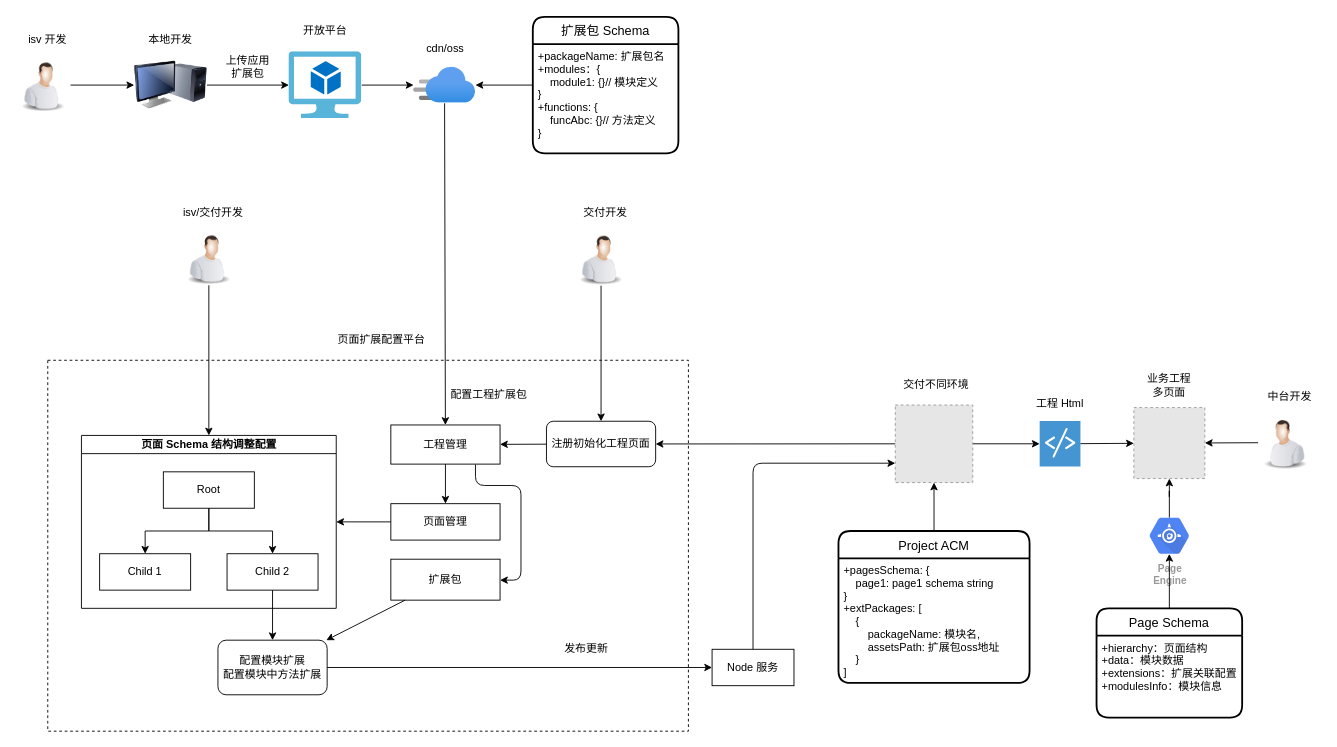
xiazhiqiang/diagrams keeps this draw.io diagram as 架构图.drawio. Above is the earlier version. Source tidied: cells renumbered, new cells numbered last; positions are measured from the earlier drawing's top-left corner, leaving out a move shared by most shapes. Both pictures are drawn from the tidied source at 91%, with x=0, y=0 at pixel (15, 16). Pictures stored in the file or linked from it are replaced by grey dashed boxes.
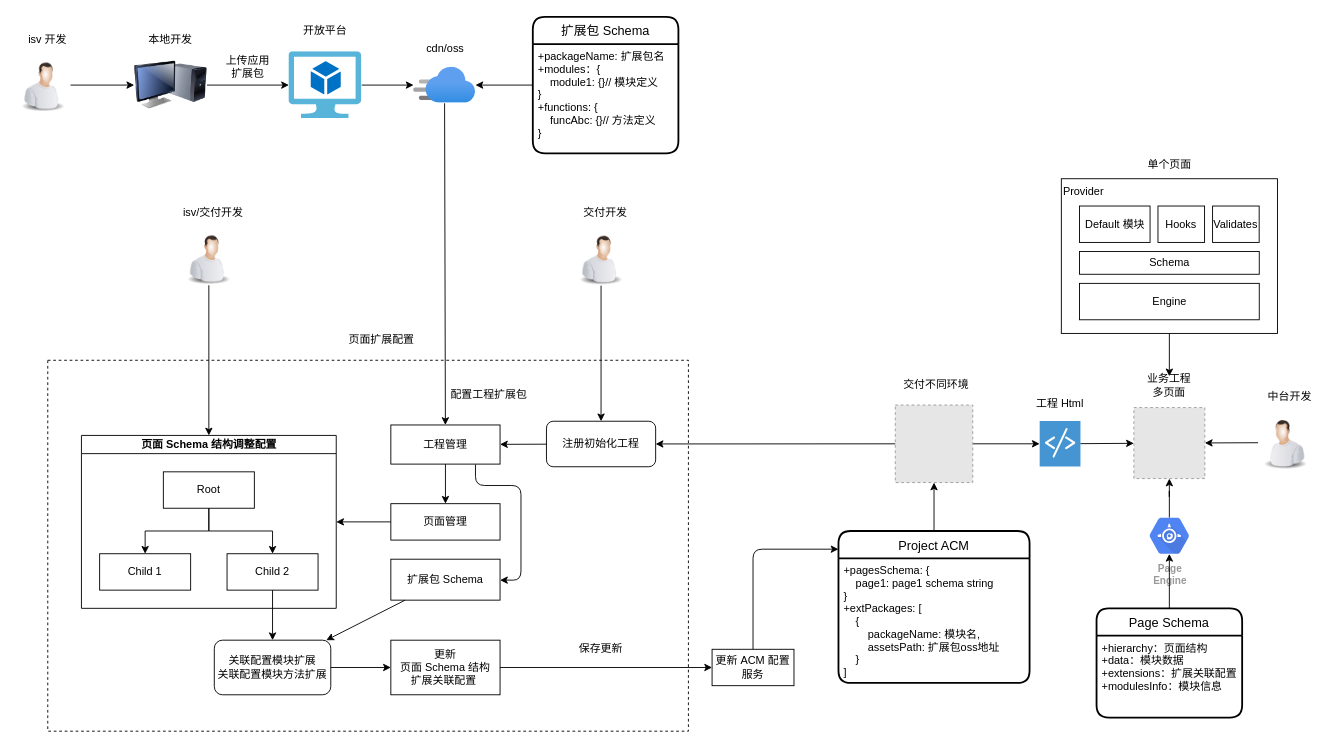
Above is the later version.

Commit message (it also covers changes not shown here):
更新架构图.drawio

Unchanged cells that the change refers to:
```xml
<mxCell id="26" value="Project ACM" style="swimlane;horizontal=1;startSize=30;rounded=1;fontSize=14;fontStyle=0;strokeWidth=2;shadow=0;dashed=0;align=center;labelBackgroundColor=none;fillColor=#FFFFFF;" parent="1" vertex="1">
  <mxGeometry x="903.9" y="565" width="210" height="167" as="geometry" />
</mxCell>
<mxCell id="31" style="fillColor=#E6E6E6;strokeColor=#999999;dashed=1;html=1;verticalAlign=top;verticalLabelPosition=bottom;labelBackgroundColor=#ffffff;" parent="29" vertex="1">
  <mxGeometry x="7.8" y="32.6" width="85.2" height="85.2" as="geometry" />
</mxCell>
<mxCell id="57" value="业务工程&lt;br&gt;多页面" style="text;html=1;strokeColor=none;fillColor=none;align=center;verticalAlign=middle;whiteSpace=wrap;rounded=0;" parent="55" vertex="1">
  <mxGeometry width="113" height="20" as="geometry" />
</mxCell>
```

The edit, as a diff of the source:
```diff
@@
-    <mxCell id="32" value="页面扩展配置平台" style="text;html=1;strokeColor=none;fillColor=none;align=center;verticalAlign=middle;whiteSpace=wrap;rounded=0;labelBackgroundColor=none;" parent="1" vertex="1">
+    <mxCell id="32" value="页面扩展配置" style="text;html=1;strokeColor=none;fillColor=none;align=center;verticalAlign=middle;whiteSpace=wrap;rounded=0;labelBackgroundColor=none;" parent="1" vertex="1">
       <mxGeometry x="352" y="345" width="100" height="20" as="geometry" />
     </mxCell>
@@
-    <mxCell id="37" value="注册初始化工程页面" style="rounded=1;whiteSpace=wrap;html=1;labelBackgroundColor=none;fillColor=#FFFFFF;align=center;verticalAlign=middle;" parent="1" vertex="1">
+    <mxCell id="37" value="注册初始化工程" style="rounded=1;whiteSpace=wrap;html=1;labelBackgroundColor=none;fillColor=#FFFFFF;align=center;verticalAlign=middle;" parent="1" vertex="1">
       <mxGeometry x="583" y="444.4" width="120" height="50" as="geometry" />
     </mxCell>
@@
-    <mxCell id="65" value="扩展包" style="rounded=0;whiteSpace=wrap;html=1;labelBackgroundColor=none;fillColor=none;align=center;verticalAlign=middle;" parent="1" vertex="1">
+    <mxCell id="65" value="扩展包 Schema" style="rounded=0;whiteSpace=wrap;html=1;labelBackgroundColor=none;fillColor=none;align=center;verticalAlign=middle;" parent="1" vertex="1">
       <mxGeometry x="412" y="596" width="120" height="45" as="geometry" />
     </mxCell>
@@
-    <mxCell id="68" value="配置模块扩展&lt;br&gt;配置模块中方法扩展" style="rounded=1;whiteSpace=wrap;html=1;labelBackgroundColor=none;fillColor=none;align=center;verticalAlign=middle;" parent="1" vertex="1">
-      <mxGeometry x="222" y="685" width="120" height="60" as="geometry" />
+    <mxCell id="68" value="关联配置模块扩展&lt;br&gt;关联配置模块方法扩展" style="rounded=1;whiteSpace=wrap;html=1;labelBackgroundColor=none;fillColor=none;align=center;verticalAlign=middle;" parent="1" vertex="1">
+      <mxGeometry x="218" y="685" width="128" height="60" as="geometry" />
     </mxCell>
@@
-    <mxCell id="71" value="发布更新" style="text;html=1;strokeColor=none;fillColor=none;align=center;verticalAlign=middle;whiteSpace=wrap;rounded=0;labelBackgroundColor=none;" parent="1" vertex="1">
-      <mxGeometry x="592" y="685" width="70" height="20" as="geometry" />
+    <mxCell id="71" value="保存更新" style="text;html=1;strokeColor=none;fillColor=none;align=center;verticalAlign=middle;whiteSpace=wrap;rounded=0;labelBackgroundColor=none;" parent="1" vertex="1">
+      <mxGeometry x="608" y="685" width="70" height="20" as="geometry" />
     </mxCell>
@@
-    <mxCell id="73" value="Node 服务" style="rounded=0;whiteSpace=wrap;html=1;labelBackgroundColor=none;fillColor=none;align=center;verticalAlign=middle;" parent="1" vertex="1">
+    <mxCell id="73" value="更新 ACM 配置&lt;br&gt;服务" style="rounded=0;whiteSpace=wrap;html=1;labelBackgroundColor=none;fillColor=none;align=center;verticalAlign=middle;" parent="1" vertex="1">
       <mxGeometry x="765" y="695" width="90" height="40" as="geometry" />
     </mxCell>
-    <mxCell id="74" style="endArrow=classic;html=1;" parent="1" edge="1" source="68" target="73">
+    <mxCell id="74" style="endArrow=classic;html=1;" parent="1" edge="1" source="68" target="86">
       <mxGeometry relative="1" as="geometry" />
     </mxCell>
-    <mxCell id="75" style="edgeStyle=elbowEdgeStyle;elbow=horizontal;endArrow=classic;html=1;entryX=0;entryY=0.75;entryDx=0;entryDy=0;" parent="1" edge="1" source="73" target="31">
+    <mxCell id="75" style="edgeStyle=elbowEdgeStyle;elbow=horizontal;endArrow=classic;html=1;" parent="1" edge="1" source="73" target="26">
       <mxGeometry relative="1" as="geometry">
         <Array as="points">
           <mxPoint x="810" y="585" />
         </Array>
       </mxGeometry>
     </mxCell>
@@
+    <mxCell id="77" style="endArrow=classic;html=1;" parent="1" edge="1" source="79" target="57">
+      <mxGeometry relative="1" as="geometry" />
+    </mxCell>
+    <mxCell id="78" style="group;" parent="1" vertex="1">
+      <mxGeometry x="1148.8" y="152.9" width="237.5" height="195" as="geometry" />
+    </mxCell>
+    <mxCell id="79" value="Provider" style="rounded=0;whiteSpace=wrap;html=1;align=left;verticalAlign=top;" parent="78" vertex="1">
+      <mxGeometry y="25" width="237.5" height="170" as="geometry" />
+    </mxCell>
+    <mxCell id="80" value="Engine" style="rounded=0;whiteSpace=wrap;html=1;" parent="78" vertex="1">
+      <mxGeometry x="20" y="140" width="197.5" height="40" as="geometry" />
+    </mxCell>
+    <mxCell id="81" value="Schema" style="rounded=0;whiteSpace=wrap;html=1;" parent="78" vertex="1">
+      <mxGeometry x="20" y="105" width="197.5" height="25" as="geometry" />
+    </mxCell>
+    <mxCell id="82" value="Default 模块" style="rounded=0;whiteSpace=wrap;html=1;" parent="78" vertex="1">
+      <mxGeometry x="20" y="55" width="77.5" height="40" as="geometry" />
+    </mxCell>
+    <mxCell id="83" value="单个页面" style="text;html=1;strokeColor=none;fillColor=none;align=center;verticalAlign=middle;whiteSpace=wrap;rounded=0;" parent="78" vertex="1">
+      <mxGeometry x="93.8" width="50" height="20" as="geometry" />
+    </mxCell>
+    <mxCell id="84" value="Hooks" style="rounded=0;whiteSpace=wrap;html=1;" parent="78" vertex="1">
+      <mxGeometry x="106.2" y="55" width="51.2" height="40" as="geometry" />
+    </mxCell>
+    <mxCell id="85" value="Validates" style="rounded=0;whiteSpace=wrap;html=1;" parent="78" vertex="1">
+      <mxGeometry x="166.2" y="55" width="51.2" height="40" as="geometry" />
+    </mxCell>
+    <mxCell id="86" value="更新&lt;br&gt;页面 Schema 结构&lt;br&gt;扩展关联配置&amp;nbsp;" style="rounded=0;whiteSpace=wrap;html=1;verticalAlign=middle;" parent="1" vertex="1">
+      <mxGeometry x="412" y="685" width="120" height="60" as="geometry" />
+    </mxCell>
+    <mxCell id="87" style="endArrow=classic;html=1;" parent="1" edge="1" source="86" target="73">
+      <mxGeometry relative="1" as="geometry" />
+    </mxCell>
```
